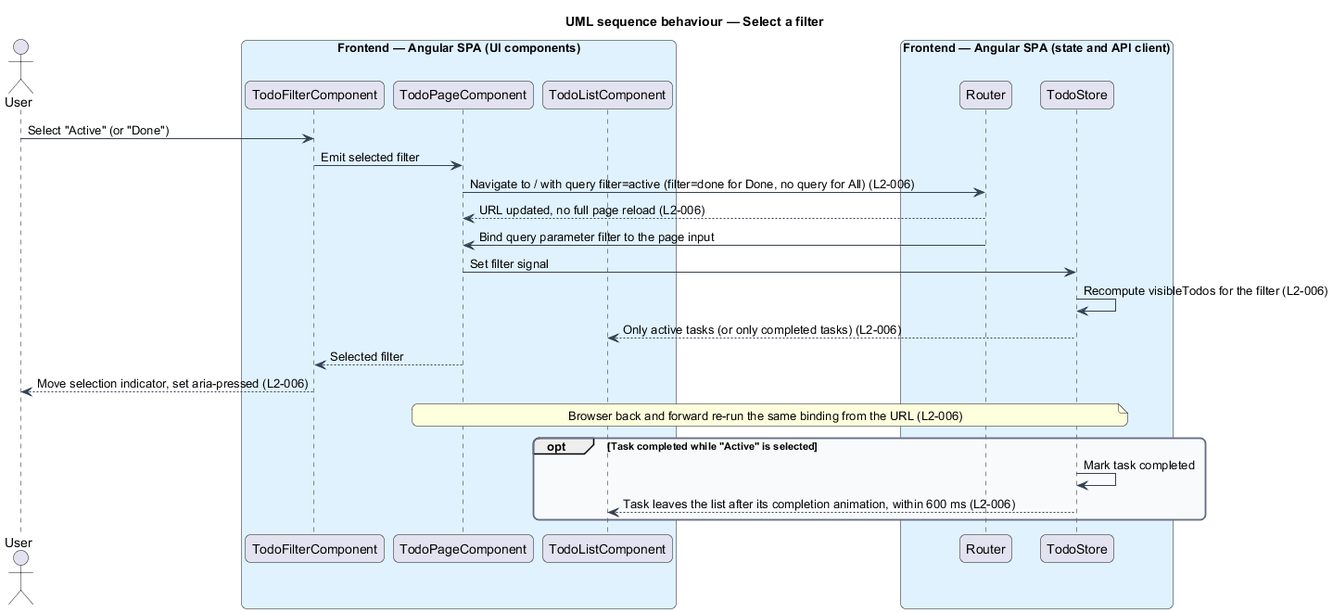
Before: docs/detailed-designs/task-browsing/filter-tasks/diagrams/sequence-select-filter.png, a diagram exported from PlantUML (QuinntyneBrown/php-todo-lab).
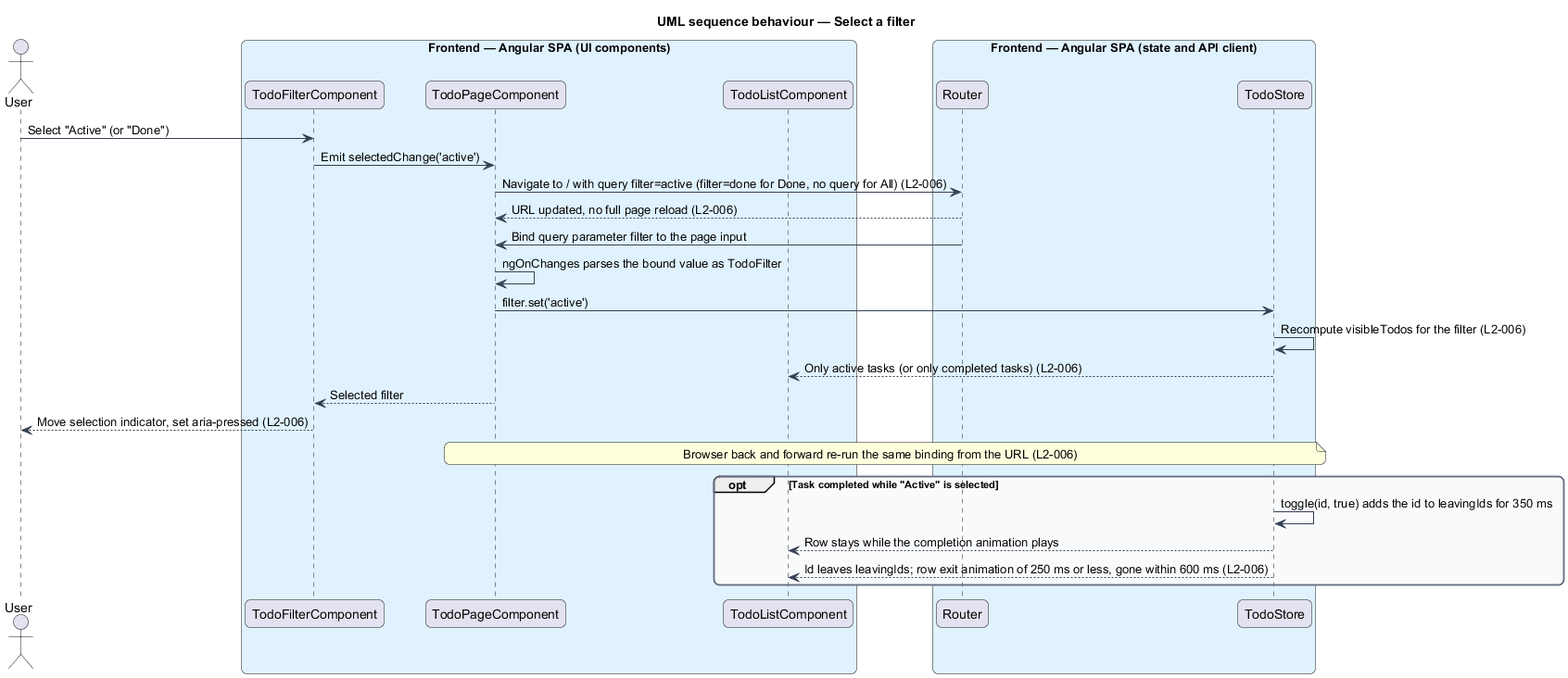
The same diagram one commit later.

Diff of the diagram source:
```diff
@@ -25,18 +25,20 @@
   participant "TodoStore" as store
 end box
 user -> filter : Select "Active" (or "Done")
-filter -> page : Emit selected filter
+filter -> page : Emit selectedChange('active')
 page -> router : Navigate to / with query filter=active (filter=done for Done, no query for All) (L2-006)
 router --> page : URL updated, no full page reload (L2-006)
 router -> page : Bind query parameter filter to the page input
-page -> store : Set filter signal
+page -> page : ngOnChanges parses the bound value as TodoFilter
+page -> store : filter.set('active')
 store -> store : Recompute visibleTodos for the filter (L2-006)
 store --> list : Only active tasks (or only completed tasks) (L2-006)
 page --> filter : Selected filter
 filter --> user : Move selection indicator, set aria-pressed (L2-006)
 note over page, store : Browser back and forward re-run the same binding from the URL (L2-006)
 opt Task completed while "Active" is selected
-  store -> store : Mark task completed
-  store --> list : Task leaves the list after its completion animation, within 600 ms (L2-006)
+  store -> store : toggle(id, true) adds the id to leavingIds for 350 ms
+  store --> list : Row stays while the completion animation plays
+  store --> list : Id leaves leavingIds; row exit animation of 250 ms or less, gone within 600 ms (L2-006)
 end
 @enduml
```
